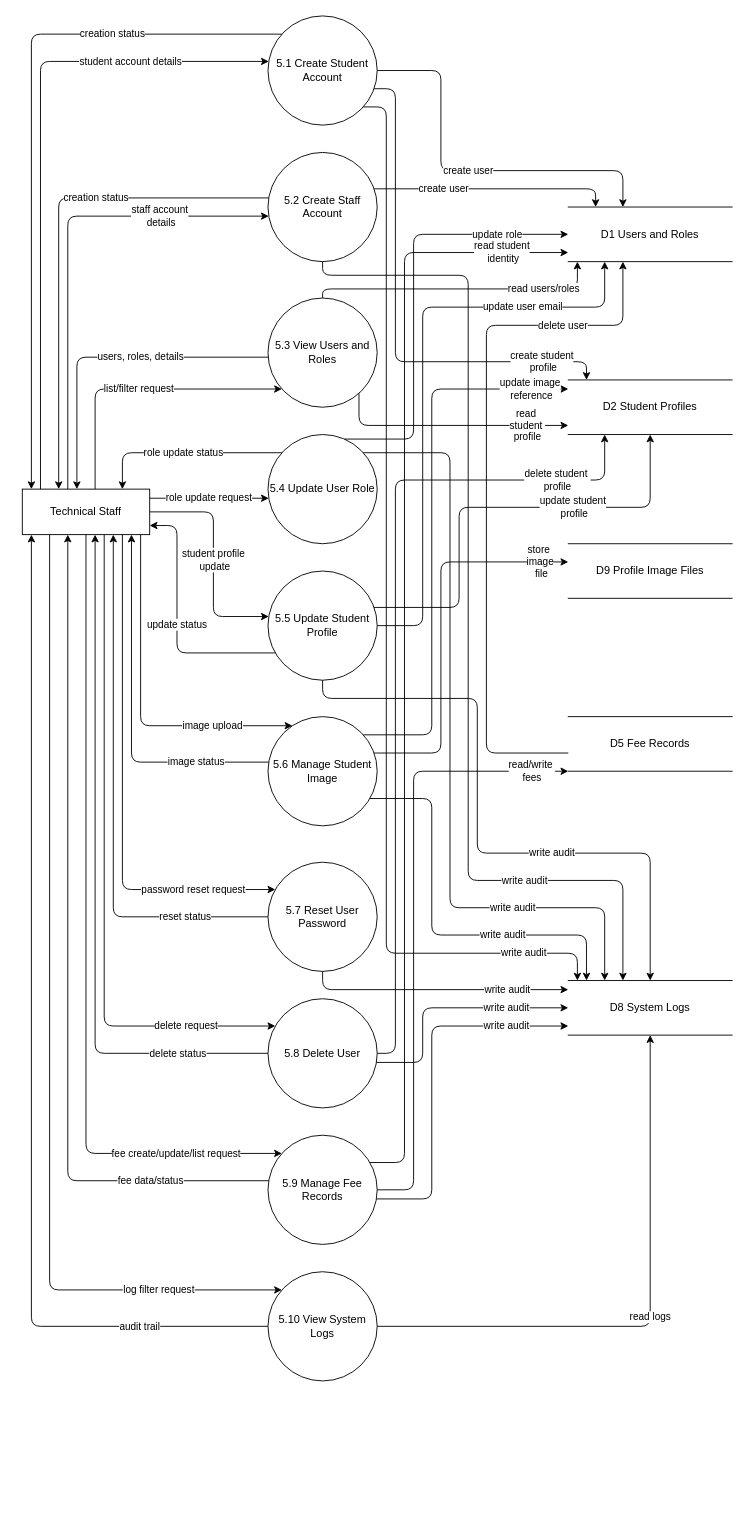
The draw.io diagram page "Level 2 - Technical Staff Management" (6 of 9) of DFD-drawio.drawio in Saurabh-Niwate/Hostel-Management-System, before the edit. Source tidied: cells renumbered, new cells numbered last; positions are measured from the earlier drawing's top-left corner, leaving out a move shared by most shapes. Both pictures are drawn from the tidied source at 91%, with x=0, y=0 at pixel (22, 15).
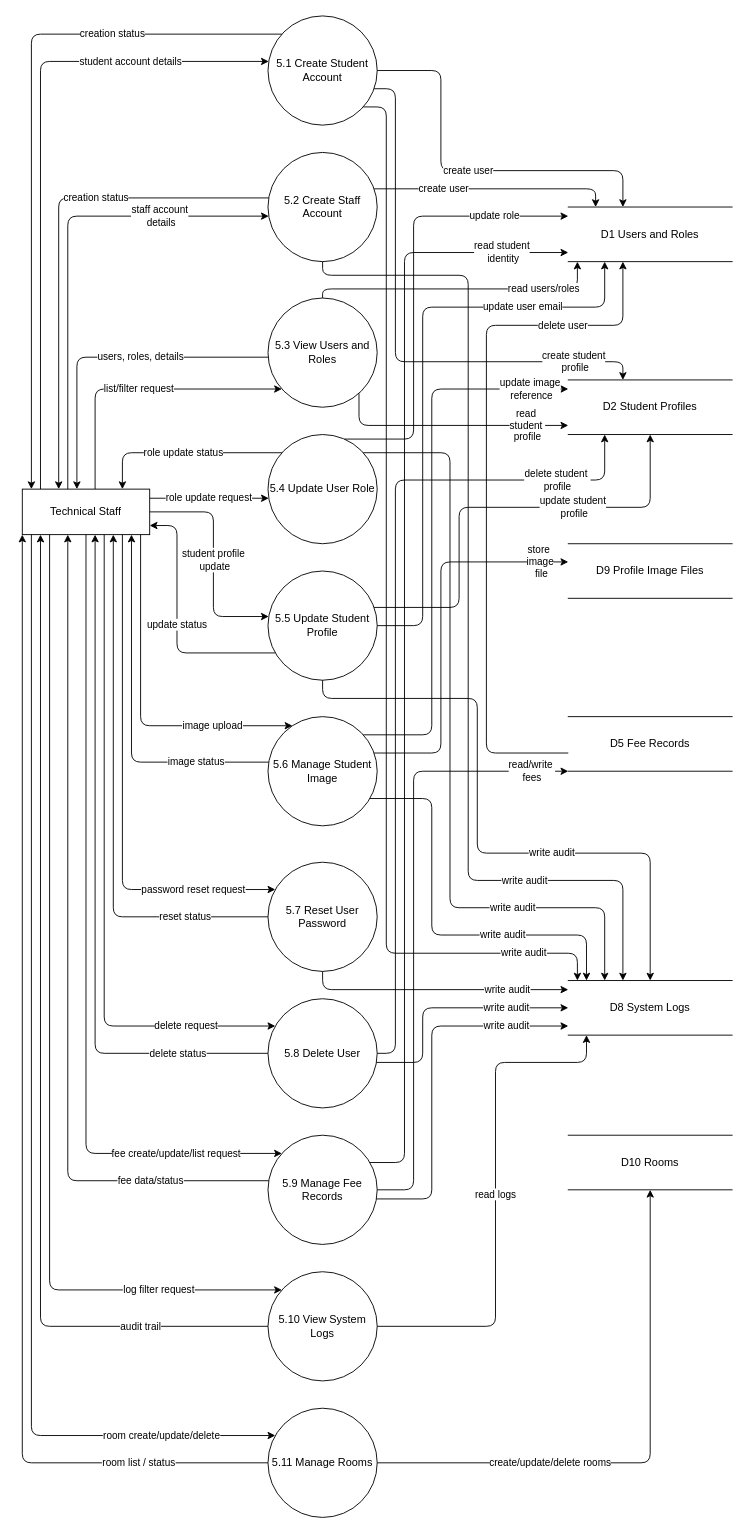
The same diagram, later.

The change refers to these unchanged cells:
```xml
<mxCell id="2" value="Technical Staff" style="rounded=0;whiteSpace=wrap;html=1;" parent="1" vertex="1">
  <mxGeometry y="520" width="140" height="50" as="geometry" />
</mxCell>
<mxCell id="3" value="5.1 Create Student Account" style="ellipse;whiteSpace=wrap;html=1;" parent="1" vertex="1">
  <mxGeometry x="270" width="120" height="120" as="geometry" />
</mxCell>
<mxCell id="6" value="5.4 Update User Role" style="ellipse;whiteSpace=wrap;html=1;" parent="1" vertex="1">
  <mxGeometry x="270" y="460" width="120" height="120" as="geometry" />
</mxCell>
<mxCell id="12" value="5.10 View System Logs" style="ellipse;whiteSpace=wrap;html=1;" parent="1" vertex="1">
  <mxGeometry x="270" y="1380" width="120" height="120" as="geometry" />
</mxCell>
<mxCell id="13" value="D1 Users and Roles" style="shape=partialRectangle;whiteSpace=wrap;html=1;left=0;right=0;fillColor=none;" parent="1" vertex="1">
  <mxGeometry x="600" y="210" width="180" height="60" as="geometry" />
</mxCell>
<mxCell id="14" value="D8 System Logs" style="shape=partialRectangle;whiteSpace=wrap;html=1;left=0;right=0;fillColor=none;" parent="1" vertex="1">
  <mxGeometry x="600" y="1060" width="180" height="60" as="geometry" />
</mxCell>
<mxCell id="58" value="D2 Student Profiles" style="shape=partialRectangle;whiteSpace=wrap;html=1;left=0;right=0;fillColor=none;" parent="1" vertex="1">
  <mxGeometry x="600" y="400" width="180" height="60" as="geometry" />
</mxCell>
```

The edit, as a diff of the source:
```diff
@@
     <mxCell id="18" value="create student&lt;div&gt;&amp;nbsp;profile&lt;/div&gt;" style="edgeStyle=orthogonalEdgeStyle;html=1;" parent="1" edge="1" source="3" target="58">
       <mxGeometry x="0.75" relative="1" as="geometry">
         <Array as="points">
           <mxPoint x="410" y="80" />
           <mxPoint x="410" y="380" />
-          <mxPoint x="620" y="380" />
+          <mxPoint x="660" y="380" />
         </Array>
       </mxGeometry>
     </mxCell>
@@
     <mxCell id="30" value="update role" style="edgeStyle=orthogonalEdgeStyle;html=1;" parent="1" edge="1" source="6" target="13">
       <mxGeometry x="0.67" relative="1" as="geometry">
         <Array as="points">
           <mxPoint x="430" y="465" />
-          <mxPoint x="430" y="240" />
+          <mxPoint x="430" y="220" />
         </Array>
       </mxGeometry>
     </mxCell>
@@
     <mxCell id="56" value="audit trail" style="edgeStyle=orthogonalEdgeStyle;html=1;" parent="1" edge="1" source="12" target="2">
       <mxGeometry x="-0.75" relative="1" as="geometry">
         <Array as="points">
-          <mxPoint x="10" y="1440" />
+          <mxPoint x="20" y="1440" />
         </Array>
       </mxGeometry>
     </mxCell>
     <mxCell id="57" value="read logs" style="edgeStyle=orthogonalEdgeStyle;html=1;" parent="1" edge="1" source="12" target="14">
-      <mxGeometry relative="1" as="geometry" />
+      <mxGeometry relative="1" as="geometry">
+        <Array as="points">
+          <mxPoint x="520" y="1440" />
+          <mxPoint x="520" y="1150" />
+          <mxPoint x="620" y="1150" />
+        </Array>
+      </mxGeometry>
     </mxCell>
@@
+    <mxCell id="61" value="5.11 Manage Rooms" style="ellipse;whiteSpace=wrap;html=1;" parent="1" vertex="1">
+      <mxGeometry x="270" y="1530" width="120" height="120" as="geometry" />
+    </mxCell>
+    <mxCell id="62" value="D10 Rooms" style="shape=partialRectangle;whiteSpace=wrap;html=1;left=0;right=0;fillColor=none;" parent="1" vertex="1">
+      <mxGeometry x="600" y="1230" width="180" height="60" as="geometry" />
+    </mxCell>
+    <mxCell id="63" value="room create/update/delete" style="edgeStyle=orthogonalEdgeStyle;html=1;" parent="1" edge="1" source="2" target="61">
+      <mxGeometry x="0.8" relative="1" as="geometry">
+        <Array as="points">
+          <mxPoint x="10" y="1560" />
+        </Array>
+        <mxPoint x="1" as="offset" />
+      </mxGeometry>
+    </mxCell>
+    <mxCell id="64" value="room list / status" style="edgeStyle=orthogonalEdgeStyle;html=1;" parent="1" edge="1" source="61" target="2">
+      <mxGeometry x="-0.78" relative="1" as="geometry">
+        <Array as="points">
+          <mxPoint y="1590" />
+        </Array>
+      </mxGeometry>
+    </mxCell>
+    <mxCell id="65" value="create/update/delete rooms" style="edgeStyle=orthogonalEdgeStyle;html=1;" parent="1" edge="1" source="61" target="62">
+      <mxGeometry x="-0.37" relative="1" as="geometry">
+        <mxPoint x="1" as="offset" />
+      </mxGeometry>
+    </mxCell>
```
